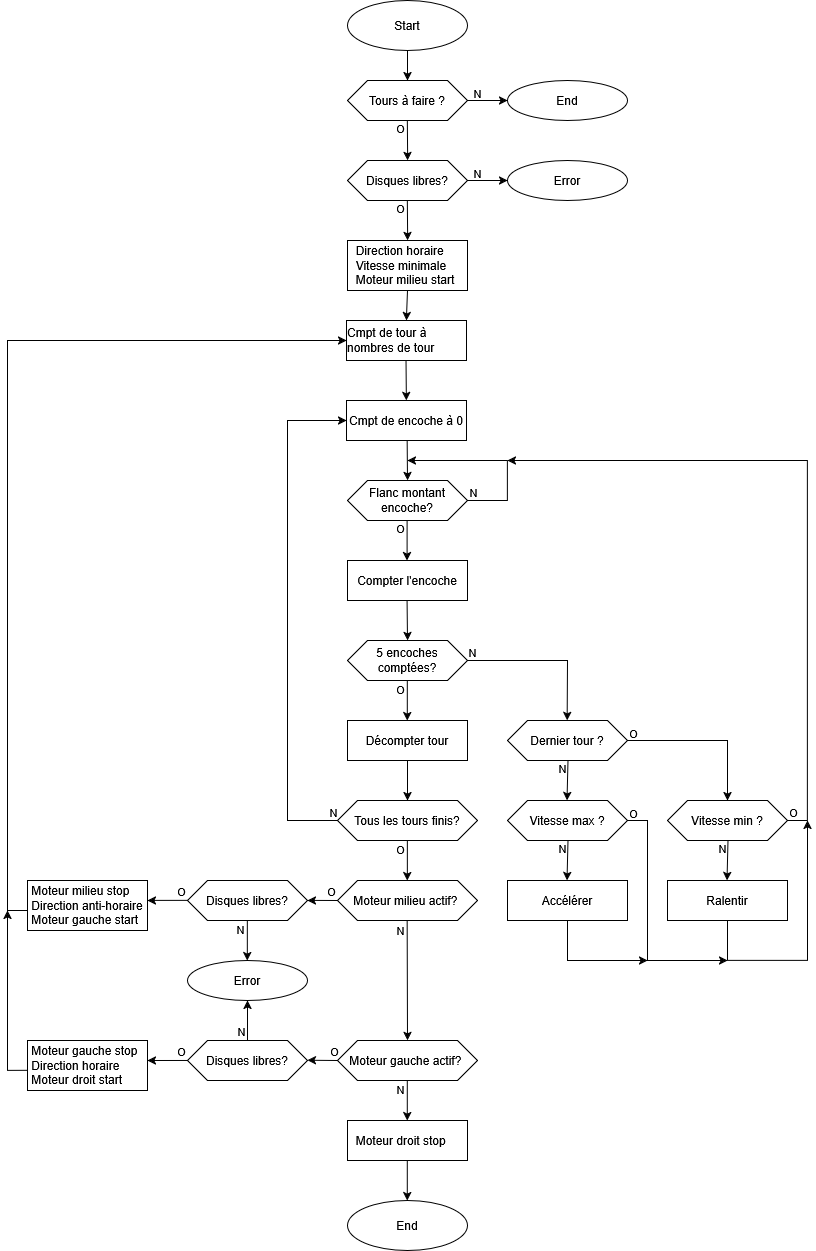
The draw.io diagram doc/images/auto_sequence.png in Schokiiiiiiii/csn26, before a commit. Source tidied: cells renumbered, new cells last; positions are measured from the earlier drawing's top-left corner, leaving out a move shared by most shapes.
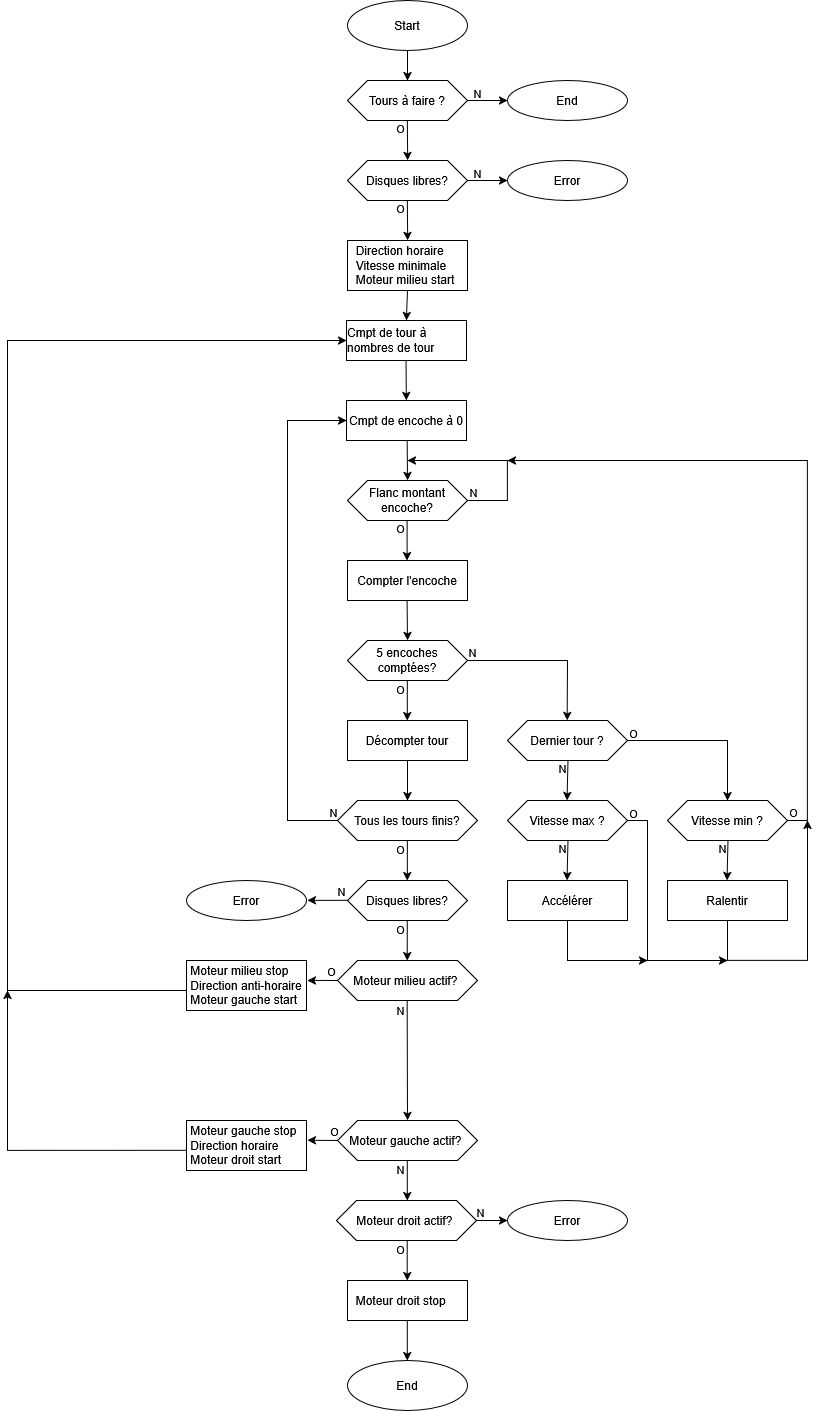
Above is the later version.

Commit message:
FFRS et error fin tour auto

Diff of the diagram source:
```diff
@@ -65,22 +65,22 @@
       <mxGeometry x="330" y="800" width="140" height="40" as="geometry" />
     </mxCell>
     <mxCell id="19" value="Moteur milieu actif?&amp;nbsp;" style="shape=hexagon;perimeter=hexagonPerimeter2;whiteSpace=wrap;html=1;fixedSize=1;" parent="1" vertex="1">
-      <mxGeometry x="330" y="880" width="140" height="40" as="geometry" />
+      <mxGeometry x="330" y="960" width="140" height="40" as="geometry" />
     </mxCell>
     <mxCell id="20" value="&lt;div&gt;Moteur gauche actif?&amp;nbsp;&lt;/div&gt;" style="shape=hexagon;perimeter=hexagonPerimeter2;whiteSpace=wrap;html=1;fixedSize=1;" parent="1" vertex="1">
-      <mxGeometry x="330" y="1040" width="140" height="40" as="geometry" />
+      <mxGeometry x="330" y="1120" width="140" height="40" as="geometry" />
     </mxCell>
     <mxCell id="21" value="&lt;div align=&quot;left&quot;&gt;&amp;nbsp;Moteur milieu stop&amp;nbsp;&lt;br&gt;&amp;nbsp;Direction anti-horaire&lt;br&gt;&amp;nbsp;Moteur gauche start&lt;/div&gt;" style="rounded=0;whiteSpace=wrap;html=1;align=left;spacing=1;" parent="1" vertex="1">
-      <mxGeometry x="20" y="880" width="120" height="50" as="geometry" />
+      <mxGeometry x="179" y="960" width="120" height="50" as="geometry" />
     </mxCell>
     <mxCell id="22" value="&lt;div align=&quot;left&quot;&gt;&amp;nbsp;Moteur gauche stop&amp;nbsp;&lt;br&gt;&amp;nbsp;Direction horaire&lt;br&gt;&amp;nbsp;Moteur droit start&lt;/div&gt;" style="rounded=0;whiteSpace=wrap;html=1;align=left;spacing=1;" parent="1" vertex="1">
-      <mxGeometry x="20" y="1040" width="120" height="50" as="geometry" />
+      <mxGeometry x="179" y="1120" width="120" height="50" as="geometry" />
     </mxCell>
     <mxCell id="23" value="&amp;nbsp; Moteur droit stop" style="rounded=0;whiteSpace=wrap;html=1;align=left;" parent="1" vertex="1">
-      <mxGeometry x="340" y="1120" width="120" height="40" as="geometry" />
+      <mxGeometry x="340" y="1280" width="120" height="40" as="geometry" />
     </mxCell>
     <mxCell id="24" value="End" style="ellipse;whiteSpace=wrap;html=1;" parent="1" vertex="1">
-      <mxGeometry x="340" y="1200" width="120" height="50" as="geometry" />
+      <mxGeometry x="340" y="1360" width="120" height="50" as="geometry" />
     </mxCell>
     <mxCell id="25" style="endArrow=classic;html=1;rounded=0;exitX=0.5;exitY=1;exitDx=0;exitDy=0;entryX=0.5;entryY=0;entryDx=0;entryDy=0;" parent="1" edge="1">
       <mxGeometry relative="1" as="geometry">
@@ -241,7 +241,7 @@
     </mxCell>
     <mxCell id="50" style="endArrow=classic;html=1;rounded=0;exitX=0.5;exitY=1;exitDx=0;exitDy=0;entryX=0.5;entryY=0;entryDx=0;entryDy=0;" parent="1" edge="1" target="20">
       <mxGeometry relative="1" as="geometry">
-        <mxPoint x="399.7" y="920" as="sourcePoint" />
+        <mxPoint x="399.7" y="1000" as="sourcePoint" />
       </mxGeometry>
     </mxCell>
     <mxCell id="51" value="N" style="edgeLabel;html=1;align=center;verticalAlign=middle;" parent="50" vertex="1">
@@ -251,8 +251,8 @@
     </mxCell>
     <mxCell id="52" style="endArrow=classic;html=1;rounded=0;exitX=0.5;exitY=1;exitDx=0;exitDy=0;entryX=0.5;entryY=0;entryDx=0;entryDy=0;" parent="1" edge="1">
       <mxGeometry relative="1" as="geometry">
-        <mxPoint x="399.8" y="1080" as="sourcePoint" />
-        <mxPoint x="399.8" y="1120" as="targetPoint" />
+        <mxPoint x="399.8" y="1160" as="sourcePoint" />
+        <mxPoint x="399.8" y="1200" as="targetPoint" />
       </mxGeometry>
     </mxCell>
     <mxCell id="53" value="N" style="edgeLabel;html=1;align=center;verticalAlign=middle;" parent="52" vertex="1">
@@ -262,13 +262,13 @@
     </mxCell>
     <mxCell id="54" style="endArrow=classic;html=1;rounded=0;exitX=0.5;exitY=1;exitDx=0;exitDy=0;entryX=0.5;entryY=0;entryDx=0;entryDy=0;" parent="1" edge="1">
       <mxGeometry relative="1" as="geometry">
-        <mxPoint x="399.8" y="1160" as="sourcePoint" />
-        <mxPoint x="399.8" y="1200" as="targetPoint" />
+        <mxPoint x="399.8" y="1320" as="sourcePoint" />
+        <mxPoint x="399.8" y="1360" as="targetPoint" />
       </mxGeometry>
     </mxCell>
     <mxCell id="55" style="endArrow=classic;html=1;rounded=0;exitX=0;exitY=0.5;exitDx=0;exitDy=0;" parent="1" edge="1" source="19">
       <mxGeometry relative="1" as="geometry">
-        <mxPoint x="300" y="899.9" as="targetPoint" />
+        <mxPoint x="300" y="979.9" as="targetPoint" />
       </mxGeometry>
     </mxCell>
     <mxCell id="56" value="O" style="edgeLabel;html=1;align=center;verticalAlign=middle;" parent="55" vertex="1">
@@ -278,7 +278,7 @@
     </mxCell>
     <mxCell id="57" style="endArrow=classic;html=1;rounded=0;exitX=0;exitY=0.5;exitDx=0;exitDy=0;entryX=0.5;entryY=0;entryDx=0;entryDy=0;" parent="1" edge="1" source="20">
       <mxGeometry relative="1" as="geometry">
-        <mxPoint x="300" y="1059.7" as="targetPoint" />
+        <mxPoint x="300" y="1139.7" as="targetPoint" />
       </mxGeometry>
     </mxCell>
     <mxCell id="58" value="O" style="edgeLabel;html=1;align=center;verticalAlign=middle;" parent="57" vertex="1">
@@ -289,16 +289,16 @@
     <mxCell id="59" style="endArrow=classic;html=1;rounded=0;entryX=0;entryY=0.5;entryDx=0;entryDy=0;exitX=0;exitY=0.6;exitDx=0;exitDy=0;exitPerimeter=0;" parent="1" edge="1" source="21" target="62">
       <mxGeometry relative="1" as="geometry">
         <Array as="points">
-          <mxPoint y="910" />
+          <mxPoint y="990" />
           <mxPoint y="340" />
         </Array>
       </mxGeometry>
     </mxCell>
     <mxCell id="60" style="endArrow=classic;html=1;rounded=0;exitX=-0.003;exitY=0.599;exitDx=0;exitDy=0;exitPerimeter=0;" parent="1" edge="1" source="22">
       <mxGeometry relative="1" as="geometry">
-        <mxPoint y="910" as="targetPoint" />
+        <mxPoint y="990" as="targetPoint" />
         <Array as="points">
-          <mxPoint y="1070" />
+          <mxPoint y="1150" />
         </Array>
       </mxGeometry>
     </mxCell>
@@ -369,55 +369,58 @@
         <mxPoint x="-7" y="-7" as="offset" />
       </mxGeometry>
     </mxCell>
-    <mxCell id="77" value="Disques libres?" style="shape=hexagon;perimeter=hexagonPerimeter2;whiteSpace=wrap;html=1;fixedSize=1;" parent="1" vertex="1">
-      <mxGeometry x="180" y="880" width="120" height="40" as="geometry" />
-    </mxCell>
     <mxCell id="78" value="Error" style="ellipse;whiteSpace=wrap;html=1;" parent="1" vertex="1">
-      <mxGeometry x="180" y="960" width="120" height="40" as="geometry" />
+      <mxGeometry x="179" y="880" width="120" height="40" as="geometry" />
     </mxCell>
-    <mxCell id="79" value="Disques libres?" style="shape=hexagon;perimeter=hexagonPerimeter2;whiteSpace=wrap;html=1;fixedSize=1;" parent="1" vertex="1">
-      <mxGeometry x="180" y="1040" width="120" height="40" as="geometry" />
-    </mxCell>
-    <mxCell id="80" style="endArrow=classic;html=1;rounded=0;exitX=0;exitY=0.5;exitDx=0;exitDy=0;" parent="1" edge="1">
-      <mxGeometry relative="1" as="geometry">
-        <mxPoint x="180" y="1060" as="sourcePoint" />
-        <mxPoint x="140" y="1060" as="targetPoint" />
-      </mxGeometry>
-    </mxCell>
-    <mxCell id="81" value="O" style="edgeLabel;html=1;align=center;verticalAlign=middle;" parent="80" vertex="1">
-      <mxGeometry x="-0.36" relative="1" as="geometry">
-        <mxPoint x="6" y="-9" as="offset" />
-      </mxGeometry>
-    </mxCell>
-    <mxCell id="82" style="endArrow=classic;html=1;rounded=0;exitX=0;exitY=0.5;exitDx=0;exitDy=0;" parent="1" edge="1">
-      <mxGeometry relative="1" as="geometry">
-        <mxPoint x="180" y="899.9" as="sourcePoint" />
-        <mxPoint x="140" y="899.9" as="targetPoint" />
-      </mxGeometry>
-    </mxCell>
-    <mxCell id="83" value="O" style="edgeLabel;html=1;align=center;verticalAlign=middle;" parent="82" vertex="1">
-      <mxGeometry x="-0.36" relative="1" as="geometry">
-        <mxPoint x="6" y="-9" as="offset" />
-      </mxGeometry>
-    </mxCell>
-    <mxCell id="84" style="endArrow=classic;html=1;rounded=0;exitX=0.5;exitY=1;exitDx=0;exitDy=0;entryX=0.5;entryY=0;entryDx=0;entryDy=0;" parent="1" edge="1">
-      <mxGeometry relative="1" as="geometry">
-        <mxPoint x="239.8" y="920" as="sourcePoint" />
-        <mxPoint x="239.8" y="960" as="targetPoint" />
-      </mxGeometry>
-    </mxCell>
-    <mxCell id="85" value="N" style="edgeLabel;html=1;align=center;verticalAlign=middle;" parent="84" vertex="1">
-      <mxGeometry x="-0.36" relative="1" as="geometry">
-        <mxPoint x="-7" y="-5" as="offset" />
-      </mxGeometry>
-    </mxCell>
-    <mxCell id="86" style="endArrow=classic;html=1;rounded=0;exitX=0.5;exitY=0;exitDx=0;exitDy=0;entryX=0.5;entryY=1;entryDx=0;entryDy=0;" parent="1" edge="1" source="79" target="78">
-      <mxGeometry relative="1" as="geometry" />
-    </mxCell>
-    <mxCell id="87" value="N" style="edgeLabel;html=1;align=center;verticalAlign=middle;" parent="86" vertex="1">
-      <mxGeometry x="-0.36" relative="1" as="geometry">
-        <mxPoint x="-7" y="3" as="offset" />
-      </mxGeometry>
-    </mxCell>
+    <mxCell id="88" value="Disques libres?" style="shape=hexagon;perimeter=hexagonPerimeter2;whiteSpace=wrap;html=1;fixedSize=1;" parent="1" vertex="1">
+      <mxGeometry x="340" y="880" width="120" height="40" as="geometry" />
+    </mxCell>
+    <mxCell id="89" style="endArrow=classic;html=1;rounded=0;exitX=0.5;exitY=1;exitDx=0;exitDy=0;entryX=0.5;entryY=0;entryDx=0;entryDy=0;" parent="1" edge="1">
+      <mxGeometry relative="1" as="geometry">
+        <mxPoint x="399.8" y="920" as="sourcePoint" />
+        <mxPoint x="399.8" y="960" as="targetPoint" />
+      </mxGeometry>
+    </mxCell>
+    <mxCell id="90" value="O" style="edgeLabel;html=1;align=center;verticalAlign=middle;" parent="89" vertex="1">
+      <mxGeometry x="-0.36" relative="1" as="geometry">
+        <mxPoint x="-7" y="-5" as="offset" />
+      </mxGeometry>
+    </mxCell>
+    <mxCell id="91" style="endArrow=classic;html=1;rounded=0;exitX=0;exitY=0.5;exitDx=0;exitDy=0;" parent="1" edge="1">
+      <mxGeometry relative="1" as="geometry">
+        <mxPoint x="340" y="899.8" as="sourcePoint" />
+        <mxPoint x="300" y="899.9" as="targetPoint" />
+      </mxGeometry>
+    </mxCell>
+    <mxCell id="92" value="N" style="edgeLabel;html=1;align=center;verticalAlign=middle;" parent="91" vertex="1">
+      <mxGeometry x="-0.36" relative="1" as="geometry">
+        <mxPoint x="6" y="-9" as="offset" />
+      </mxGeometry>
+    </mxCell>
+    <mxCell id="93" value="&lt;div&gt;Moteur droit actif?&amp;nbsp;&lt;/div&gt;" style="shape=hexagon;perimeter=hexagonPerimeter2;whiteSpace=wrap;html=1;fixedSize=1;" parent="1" vertex="1">
+      <mxGeometry x="329" y="1200" width="140" height="40" as="geometry" />
+    </mxCell>
+    <mxCell id="94" value="Error" style="ellipse;whiteSpace=wrap;html=1;" parent="1" vertex="1">
+      <mxGeometry x="500" y="1200" width="120" height="40" as="geometry" />
+    </mxCell>
+    <mxCell id="95" style="endArrow=classic;html=1;rounded=0;exitX=0.5;exitY=1;exitDx=0;exitDy=0;entryX=0.5;entryY=0;entryDx=0;entryDy=0;" parent="1" edge="1">
+      <mxGeometry relative="1" as="geometry">
+        <mxPoint x="399.7" y="1240" as="sourcePoint" />
+        <mxPoint x="399.7" y="1280" as="targetPoint" />
+      </mxGeometry>
+    </mxCell>
+    <mxCell id="96" value="O" style="edgeLabel;html=1;align=center;verticalAlign=middle;" parent="95" vertex="1">
+      <mxGeometry x="-0.36" relative="1" as="geometry">
+        <mxPoint x="-7" y="-5" as="offset" />
+      </mxGeometry>
+    </mxCell>
+    <mxCell id="97" style="endArrow=classic;html=1;rounded=0;exitX=1;exitY=0.5;exitDx=0;exitDy=0;entryX=0;entryY=0.5;entryDx=0;entryDy=0;" parent="1" edge="1" source="93" target="94">
+      <mxGeometry relative="1" as="geometry" />
+    </mxCell>
+    <mxCell id="98" value="N" style="edgeLabel;html=1;align=center;verticalAlign=middle;" parent="97" vertex="1">
+      <mxGeometry x="-0.36" relative="1" as="geometry">
+        <mxPoint x="-7" y="-9" as="offset" />
+      </mxGeometry>
+    </mxCell>
   </root>
 </mxGraphModel>
```
